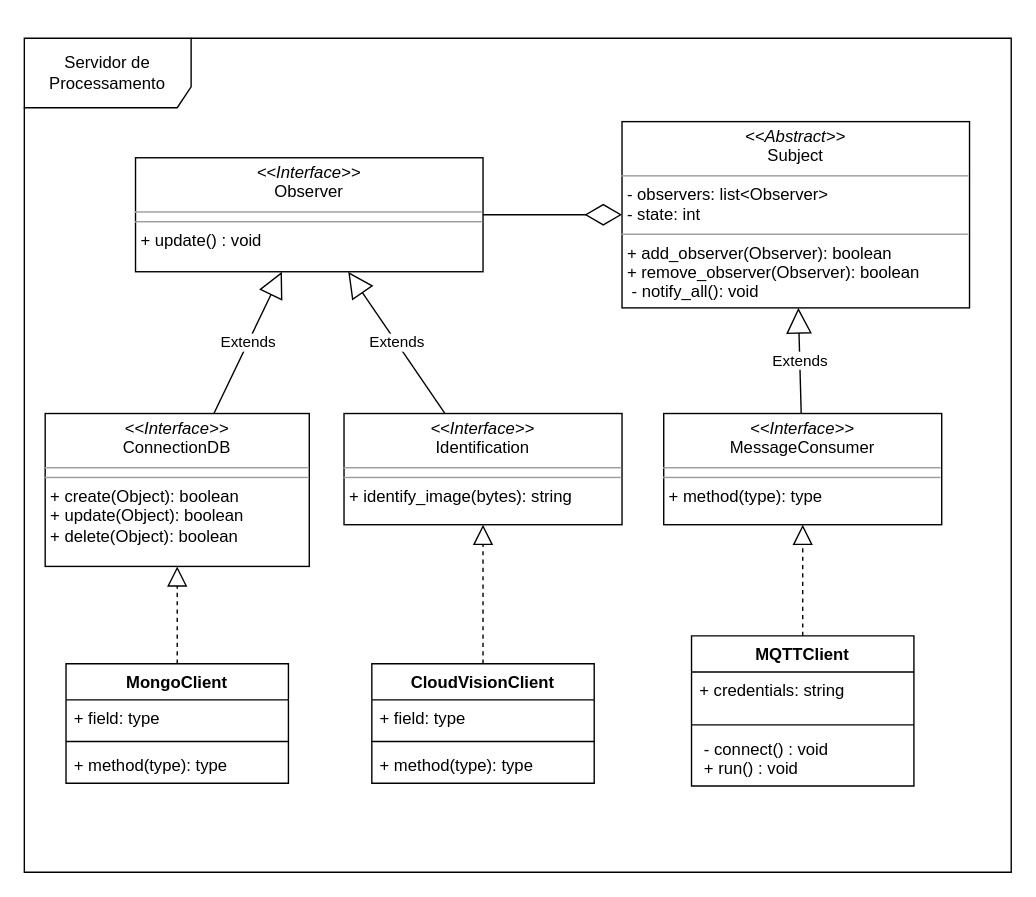
Above: schemas/processing-server-class-diagram.drawio in Smart-AniMon/docs (draw.io), before the change. Source tidied: cells renumbered, new cells numbered last; positions are measured from the earlier drawing's top-left corner, leaving out a move shared by most shapes. Both pictures are drawn from the tidied source at 139%, with x=0, y=0 at pixel (24, 38).
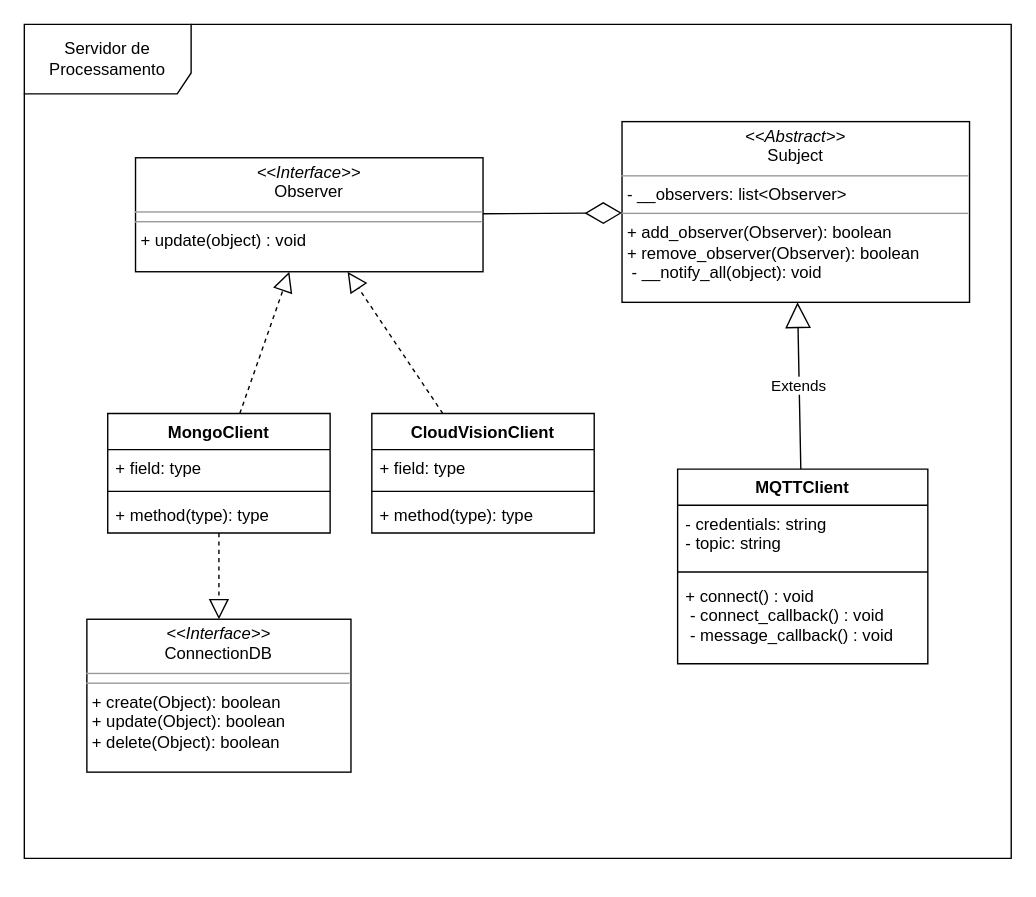
The same page after the edit.

Commit message (it also covers changes not shown here):
update UML diagram

Diff of the diagram source:
```diff
@@
     <mxCell id="2" value="Servidor de Processamento" style="shape=umlFrame;whiteSpace=wrap;html=1;width=120;height=50;" parent="1" vertex="1">
-      <mxGeometry width="710" height="600" as="geometry" />
+      <mxGeometry y="-10" width="710" height="600" as="geometry" />
     </mxCell>
     <mxCell id="3" value="MQTTClient" style="swimlane;fontStyle=1;align=center;verticalAlign=top;horizontal=1;startSize=26;" parent="1" vertex="1">
-      <mxGeometry x="480" y="430" width="160" height="108" as="geometry" />
+      <mxGeometry x="470" y="310" width="180" height="140" as="geometry" />
     </mxCell>
-    <mxCell id="4" value="+ credentials: string" style="text;strokeColor=none;fillColor=none;align=left;verticalAlign=top;spacingLeft=4;spacingRight=4;overflow=hidden;" parent="3" vertex="1">
-      <mxGeometry y="26" width="160" height="34" as="geometry" />
+    <mxCell id="4" value="- credentials: string&#10;- topic: string&#10;" style="text;strokeColor=none;fillColor=none;align=left;verticalAlign=top;spacingLeft=4;spacingRight=4;overflow=hidden;" parent="3" vertex="1">
+      <mxGeometry y="26" width="180" height="44" as="geometry" />
     </mxCell>
     <mxCell id="5" style="line;strokeWidth=1;fillColor=none;align=left;verticalAlign=middle;spacingTop=-1;spacingLeft=3;spacingRight=3;labelPosition=right;" parent="3" vertex="1">
-      <mxGeometry y="60" width="160" height="8" as="geometry" />
+      <mxGeometry y="70" width="180" height="8" as="geometry" />
     </mxCell>
-    <mxCell id="6" value=" - connect() : void&#10; + run() : void&#10;" style="text;strokeColor=none;fillColor=none;align=left;verticalAlign=top;spacingLeft=4;spacingRight=4;overflow=hidden;" parent="3" vertex="1">
-      <mxGeometry y="68" width="160" height="40" as="geometry" />
+    <mxCell id="6" value="+ connect() : void&#10; - connect_callback() : void&#10; - message_callback() : void      &#10;" style="text;strokeColor=none;fillColor=none;align=left;verticalAlign=top;spacingLeft=4;spacingRight=4;overflow=hidden;" parent="3" vertex="1">
+      <mxGeometry y="78" width="180" height="62" as="geometry" />
     </mxCell>
-    <mxCell id="7" value="&lt;p style=&quot;margin: 0px ; margin-top: 4px ; text-align: center&quot;&gt;&lt;i&gt;&amp;lt;&amp;lt;Interface&amp;gt;&amp;gt;&lt;/i&gt;&lt;br&gt;ConnectionDB&lt;/p&gt;&lt;hr size=&quot;1&quot;&gt;&lt;hr size=&quot;1&quot;&gt;&lt;p style=&quot;margin: 0px ; margin-left: 4px&quot;&gt;+ create(Object): boolean&lt;br&gt;+ update(Object): boolean&lt;/p&gt;&lt;p style=&quot;margin: 0px ; margin-left: 4px&quot;&gt;+ delete(Object): boolean&lt;br&gt;&lt;/p&gt;" style="verticalAlign=top;align=left;overflow=fill;fontSize=12;fontFamily=Helvetica;html=1;" parent="1" vertex="1">
-      <mxGeometry x="15" y="270" width="190" height="110" as="geometry" />
-    </mxCell>
-    <mxCell id="8" value="&lt;p style=&quot;margin: 0px ; margin-top: 4px ; text-align: center&quot;&gt;&lt;i&gt;&amp;lt;&amp;lt;Abstract&amp;gt;&amp;gt;&lt;/i&gt;&lt;br&gt;Subject&lt;/p&gt;&lt;hr size=&quot;1&quot;&gt;&lt;p style=&quot;margin: 0px ; margin-left: 4px&quot;&gt;- observers: list&amp;lt;Observer&amp;gt;&lt;/p&gt;&lt;p style=&quot;margin: 0px ; margin-left: 4px&quot;&gt;- state: int&lt;br&gt;&lt;/p&gt;&lt;hr size=&quot;1&quot;&gt;&lt;p style=&quot;margin: 0px ; margin-left: 4px&quot;&gt;+ add_observer(Observer): boolean&lt;/p&gt;&lt;p style=&quot;margin: 0px ; margin-left: 4px&quot;&gt;+ remove_observer(Observer): boolean&lt;/p&gt;&lt;p style=&quot;margin: 0px ; margin-left: 4px&quot;&gt;&amp;nbsp;- notify_all(): void&lt;br&gt;&lt;/p&gt;" style="verticalAlign=top;align=left;overflow=fill;fontSize=12;fontFamily=Helvetica;html=1;" parent="1" vertex="1">
-      <mxGeometry x="430" y="60" width="250" height="134" as="geometry" />
+    <mxCell id="8" value="&lt;p style=&quot;margin: 0px ; margin-top: 4px ; text-align: center&quot;&gt;&lt;i&gt;&amp;lt;&amp;lt;Abstract&amp;gt;&amp;gt;&lt;/i&gt;&lt;br&gt;Subject&lt;/p&gt;&lt;hr size=&quot;1&quot;&gt;&lt;p style=&quot;margin: 0px ; margin-left: 4px&quot;&gt;- __observers: list&amp;lt;Observer&amp;gt;&lt;/p&gt;&lt;hr size=&quot;1&quot;&gt;&lt;p style=&quot;margin: 0px ; margin-left: 4px&quot;&gt;+ add_observer(Observer): boolean&lt;/p&gt;&lt;p style=&quot;margin: 0px ; margin-left: 4px&quot;&gt;+ remove_observer(Observer): boolean&lt;/p&gt;&lt;p style=&quot;margin: 0px ; margin-left: 4px&quot;&gt;&amp;nbsp;- __notify_all(object): void&lt;br&gt;&lt;/p&gt;" style="verticalAlign=top;align=left;overflow=fill;fontSize=12;fontFamily=Helvetica;html=1;" parent="1" vertex="1">
+      <mxGeometry x="430" y="60" width="250" height="130" as="geometry" />
     </mxCell>
-    <mxCell id="9" value="&lt;p style=&quot;margin: 0px ; margin-top: 4px ; text-align: center&quot;&gt;&lt;i&gt;&amp;lt;&amp;lt;Interface&amp;gt;&amp;gt;&lt;/i&gt;&lt;br&gt;Observer&lt;/p&gt;&lt;hr size=&quot;1&quot;&gt;&lt;hr size=&quot;1&quot;&gt;&lt;p style=&quot;margin: 0px ; margin-left: 4px&quot;&gt;+ update() : void&lt;br&gt;&lt;/p&gt;" style="verticalAlign=top;align=left;overflow=fill;fontSize=12;fontFamily=Helvetica;html=1;" parent="1" vertex="1">
+    <mxCell id="9" value="&lt;p style=&quot;margin: 0px ; margin-top: 4px ; text-align: center&quot;&gt;&lt;i&gt;&amp;lt;&amp;lt;Interface&amp;gt;&amp;gt;&lt;/i&gt;&lt;br&gt;Observer&lt;/p&gt;&lt;hr size=&quot;1&quot;&gt;&lt;hr size=&quot;1&quot;&gt;&lt;p style=&quot;margin: 0px ; margin-left: 4px&quot;&gt;+ update(object) : void&lt;br&gt;&lt;/p&gt;" style="verticalAlign=top;align=left;overflow=fill;fontSize=12;fontFamily=Helvetica;html=1;" parent="1" vertex="1">
       <mxGeometry x="80" y="86" width="250" height="82" as="geometry" />
     </mxCell>
     <mxCell id="10" value="CloudVisionClient" style="swimlane;fontStyle=1;align=center;verticalAlign=top;horizontal=1;startSize=26;" parent="1" vertex="1">
-      <mxGeometry x="250" y="450" width="160" height="86" as="geometry" />
+      <mxGeometry x="250" y="270" width="160" height="86" as="geometry" />
     </mxCell>
@@
-    <mxCell id="14" value="&lt;p style=&quot;margin: 0px ; margin-top: 4px ; text-align: center&quot;&gt;&lt;i&gt;&amp;lt;&amp;lt;Interface&amp;gt;&amp;gt;&lt;/i&gt;&lt;br&gt;Identification&lt;/p&gt;&lt;hr size=&quot;1&quot;&gt;&lt;hr size=&quot;1&quot;&gt;&lt;p style=&quot;margin: 0px ; margin-left: 4px&quot;&gt;+ identify_image(bytes): string&lt;br&gt;&lt;/p&gt;" style="verticalAlign=top;align=left;overflow=fill;fontSize=12;fontFamily=Helvetica;html=1;" parent="1" vertex="1">
-      <mxGeometry x="230" y="270" width="200" height="80" as="geometry" />
-    </mxCell>
@@
-    <mxCell id="16" value="Extends" style="endArrow=block;endSize=16;endFill=0;html=1;" parent="1" edge="1" source="7" target="9">
-      <mxGeometry relative="1" as="geometry" />
-    </mxCell>
-    <mxCell id="17" value="Extends" style="endArrow=block;endSize=16;endFill=0;html=1;" parent="1" edge="1" source="14" target="9">
-      <mxGeometry relative="1" as="geometry" />
-    </mxCell>
     <mxCell id="18" value="MongoClient" style="swimlane;fontStyle=1;align=center;verticalAlign=top;horizontal=1;startSize=26;" parent="1" vertex="1">
-      <mxGeometry x="30" y="450" width="160" height="86" as="geometry" />
+      <mxGeometry x="60" y="270" width="160" height="86" as="geometry" />
     </mxCell>
@@
-    <mxCell id="22" style="endArrow=block;dashed=1;endFill=0;endSize=12;html=1;" parent="1" edge="1" source="18" target="7">
+    <mxCell id="22" style="endArrow=block;dashed=1;endFill=0;endSize=12;html=1;" parent="1" edge="1" source="18" target="9">
       <mxGeometry relative="1" as="geometry" />
     </mxCell>
-    <mxCell id="23" style="endArrow=block;dashed=1;endFill=0;endSize=12;html=1;" parent="1" edge="1" source="10" target="14">
+    <mxCell id="23" style="endArrow=block;dashed=1;endFill=0;endSize=12;html=1;" parent="1" edge="1" source="10" target="9">
       <mxGeometry relative="1" as="geometry" />
     </mxCell>
-    <mxCell id="24" value="Extends" style="endArrow=block;endSize=16;endFill=0;html=1;" parent="1" edge="1" source="25" target="8">
+    <mxCell id="24" value="Extends" style="endArrow=block;endSize=16;endFill=0;html=1;" parent="1" edge="1" source="3" target="8">
       <mxGeometry relative="1" as="geometry" />
     </mxCell>
-    <mxCell id="25" value="&lt;p style=&quot;margin: 0px ; margin-top: 4px ; text-align: center&quot;&gt;&lt;i&gt;&amp;lt;&amp;lt;Interface&amp;gt;&amp;gt;&lt;/i&gt;&lt;br&gt;MessageConsumer&lt;/p&gt;&lt;hr size=&quot;1&quot;&gt;&lt;hr size=&quot;1&quot;&gt;&lt;p style=&quot;margin: 0px ; margin-left: 4px&quot;&gt;+ method(type): type&lt;/p&gt;" style="verticalAlign=top;align=left;overflow=fill;fontSize=12;fontFamily=Helvetica;html=1;" parent="1" vertex="1">
-      <mxGeometry x="460" y="270" width="200" height="80" as="geometry" />
-    </mxCell>
-    <mxCell id="26" style="endArrow=block;dashed=1;endFill=0;endSize=12;html=1;" parent="1" edge="1" source="3" target="25">
-      <mxGeometry relative="1" as="geometry" />
-    </mxCell>
+    <mxCell id="7" value="&lt;p style=&quot;margin: 0px ; margin-top: 4px ; text-align: center&quot;&gt;&lt;i&gt;&amp;lt;&amp;lt;Interface&amp;gt;&amp;gt;&lt;/i&gt;&lt;br&gt;ConnectionDB&lt;/p&gt;&lt;hr size=&quot;1&quot;&gt;&lt;hr size=&quot;1&quot;&gt;&lt;p style=&quot;margin: 0px ; margin-left: 4px&quot;&gt;+ create(Object): boolean&lt;br&gt;+ update(Object): boolean&lt;/p&gt;&lt;p style=&quot;margin: 0px ; margin-left: 4px&quot;&gt;+ delete(Object): boolean&lt;br&gt;&lt;/p&gt;" style="verticalAlign=top;align=left;overflow=fill;fontSize=12;fontFamily=Helvetica;html=1;" parent="1" vertex="1">
+      <mxGeometry x="45" y="418" width="190" height="110" as="geometry" />
+    </mxCell>
+    <mxCell id="27" style="endArrow=block;dashed=1;endFill=0;endSize=12;html=1;" parent="1" edge="1" source="18" target="7">
+      <mxGeometry relative="1" as="geometry" />
+    </mxCell>
```
